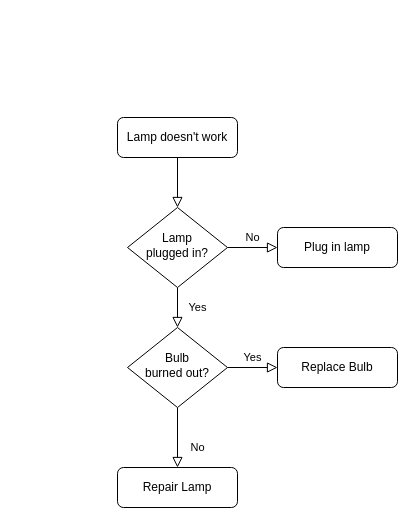
Earlier version of the draw.io diagram Diagrama sin título.drawio (camsanchez7/tecnomultimedia). Source tidied: cells renumbered, new cells numbered last; positions are measured from the earlier drawing's top-left corner, leaving out a move shared by most shapes. Both pictures are drawn from the tidied source at 100%, with x=0, y=0 at pixel (117, 117).
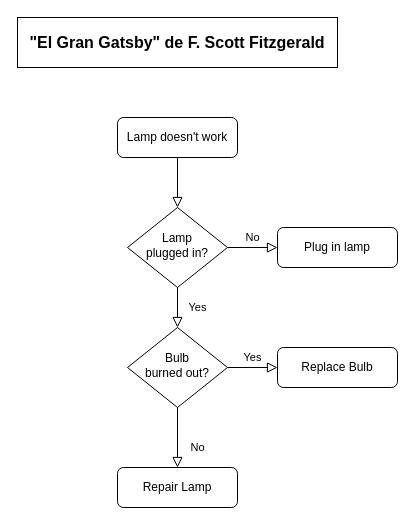
The same page after the edit.

The edit, as a diff of the source:
```diff
@@
 <mxGraphModel>
   <root>
     <mxCell id="0" />
     <mxCell id="1" parent="0" />
     <mxCell id="2" style="rounded=0;html=1;jettySize=auto;fontSize=11;endArrow=block;endFill=0;endSize=8;strokeWidth=1;shadow=0;labelBackgroundColor=none;edgeStyle=orthogonalEdgeStyle;" parent="1" edge="1" source="3" target="6">
       <mxGeometry relative="1" as="geometry" />
     </mxCell>
     <mxCell id="3" value="Lamp doesn't work" style="rounded=1;whiteSpace=wrap;html=1;fontSize=12;glass=0;strokeWidth=1;shadow=0;" parent="1" vertex="1">
       <mxGeometry width="120" height="40" as="geometry" />
     </mxCell>
     <mxCell id="4" value="Yes" style="rounded=0;html=1;jettySize=auto;fontSize=11;endArrow=block;endFill=0;endSize=8;strokeWidth=1;shadow=0;labelBackgroundColor=none;edgeStyle=orthogonalEdgeStyle;" parent="1" edge="1" source="6" target="10">
       <mxGeometry y="20" relative="1" as="geometry" />
     </mxCell>
     <mxCell id="5" value="No" style="edgeStyle=orthogonalEdgeStyle;rounded=0;html=1;jettySize=auto;fontSize=11;endArrow=block;endFill=0;endSize=8;strokeWidth=1;shadow=0;labelBackgroundColor=none;" parent="1" edge="1" source="6" target="7">
       <mxGeometry y="10" relative="1" as="geometry" />
     </mxCell>
     <mxCell id="6" value="Lamp&lt;br&gt;plugged in?" style="rhombus;whiteSpace=wrap;html=1;shadow=0;fontFamily=Helvetica;fontSize=12;align=center;strokeWidth=1;spacing=6;spacingTop=-4;" parent="1" vertex="1">
       <mxGeometry x="10" y="90" width="100" height="80" as="geometry" />
     </mxCell>
     <mxCell id="7" value="Plug in lamp" style="rounded=1;whiteSpace=wrap;html=1;fontSize=12;glass=0;strokeWidth=1;shadow=0;" parent="1" vertex="1">
       <mxGeometry x="160" y="110" width="120" height="40" as="geometry" />
     </mxCell>
     <mxCell id="8" value="No" style="rounded=0;html=1;jettySize=auto;fontSize=11;endArrow=block;endFill=0;endSize=8;strokeWidth=1;shadow=0;labelBackgroundColor=none;edgeStyle=orthogonalEdgeStyle;" parent="1" edge="1" source="10" target="11">
       <mxGeometry x="0.33" y="20" relative="1" as="geometry" />
     </mxCell>
     <mxCell id="9" value="Yes" style="edgeStyle=orthogonalEdgeStyle;rounded=0;html=1;jettySize=auto;fontSize=11;endArrow=block;endFill=0;endSize=8;strokeWidth=1;shadow=0;labelBackgroundColor=none;" parent="1" edge="1" source="10" target="12">
       <mxGeometry y="10" relative="1" as="geometry" />
     </mxCell>
     <mxCell id="10" value="Bulb&lt;br&gt;burned out?" style="rhombus;whiteSpace=wrap;html=1;shadow=0;fontFamily=Helvetica;fontSize=12;align=center;strokeWidth=1;spacing=6;spacingTop=-4;" parent="1" vertex="1">
       <mxGeometry x="10" y="210" width="100" height="80" as="geometry" />
     </mxCell>
     <mxCell id="11" value="Repair Lamp" style="rounded=1;whiteSpace=wrap;html=1;fontSize=12;glass=0;strokeWidth=1;shadow=0;" parent="1" vertex="1">
       <mxGeometry y="350" width="120" height="40" as="geometry" />
     </mxCell>
     <mxCell id="12" value="Replace Bulb" style="rounded=1;whiteSpace=wrap;html=1;fontSize=12;glass=0;strokeWidth=1;shadow=0;" parent="1" vertex="1">
       <mxGeometry x="160" y="230" width="120" height="40" as="geometry" />
     </mxCell>
+    <mxCell id="13" value="&quot;El Gran Gatsby&quot; de F. Scott Fitzgerald" style="rounded=0;whiteSpace=wrap;html=1;fontSize=16;fontStyle=1;" parent="1" vertex="1">
+      <mxGeometry x="-100" y="-100" width="320" height="50" as="geometry" />
+    </mxCell>
   </root>
 </mxGraphModel>
```
